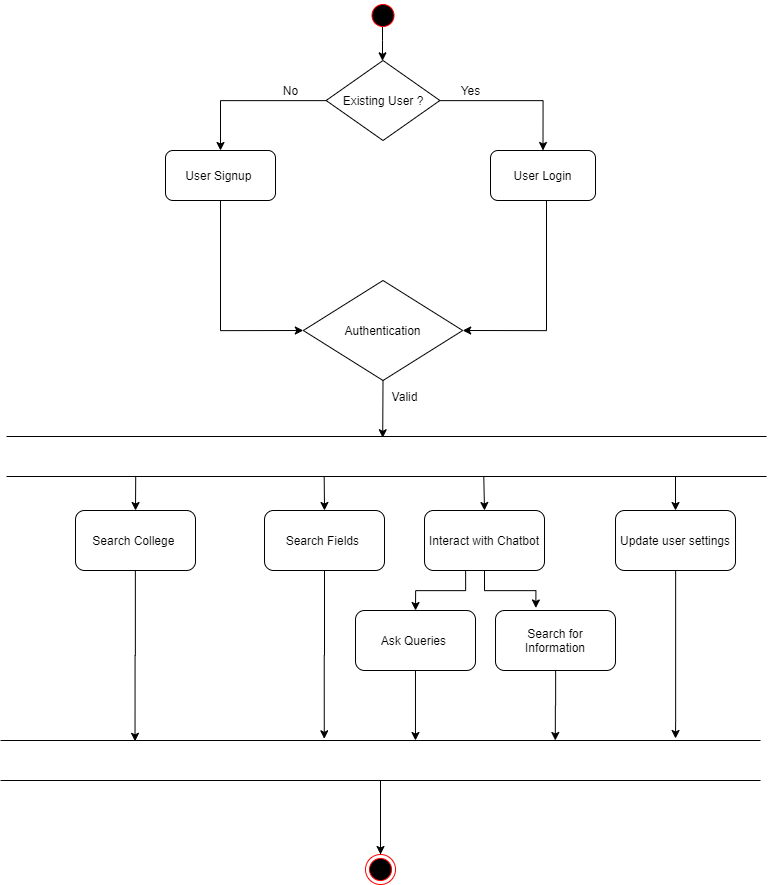
BrijeshJagad/Final-Project keeps this draw.io diagram as Material/activity_diagram-Page-2.png. Above is the earlier version. Source tidied: cells renumbered, new cells last; positions are measured from the earlier drawing's top-left corner, leaving out a move shared by most shapes.
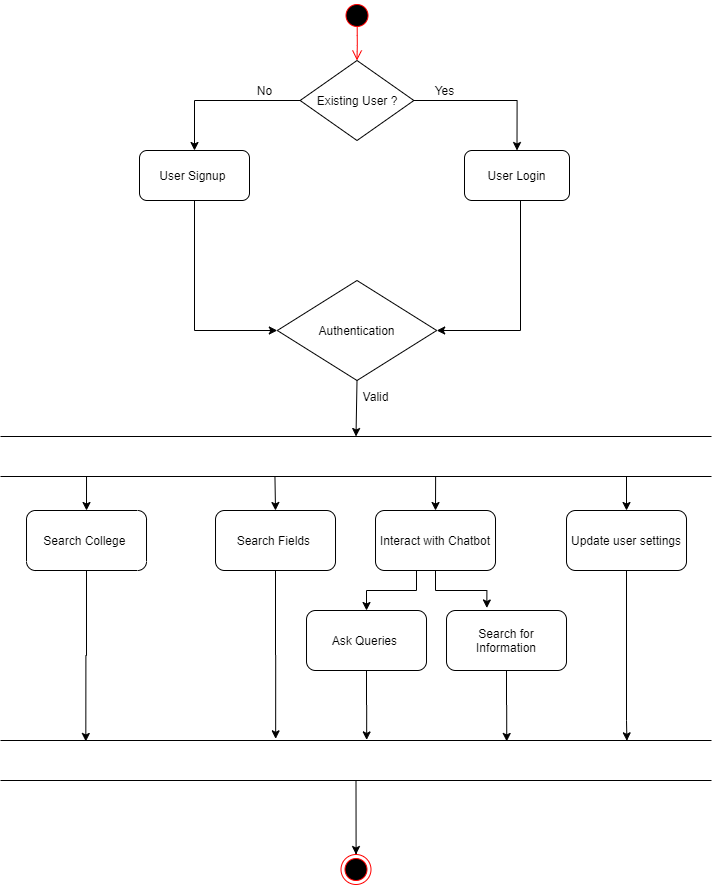
Above is the later version.

Change to the diagram source:
```diff
@@ -5,23 +5,23 @@
     <mxCell id="2" style="edgeStyle=orthogonalEdgeStyle;rounded=0;jettySize=auto;html=1;entryX=0;entryY=0.5;entryDx=0;entryDy=0;exitX=0.5;exitY=1;exitDx=0;exitDy=0;" parent="1" edge="1" source="18" target="3">
       <mxGeometry relative="1" as="geometry">
         <Array as="points">
-          <mxPoint x="220" y="330" />
+          <mxPoint x="243" y="330" />
         </Array>
       </mxGeometry>
     </mxCell>
     <mxCell id="3" value="Authentication" style="rhombus;whiteSpace=wrap;html=1;" parent="1" vertex="1">
-      <mxGeometry x="302.8" y="280" width="159.4" height="100" as="geometry" />
+      <mxGeometry x="325.8" y="280" width="159.4" height="100" as="geometry" />
     </mxCell>
-    <mxCell id="4" style="endArrow=classic;html=1;exitX=0.5;exitY=1;exitDx=0;exitDy=0;entryX=0.495;entryY=0.032;entryDx=0;entryDy=0;entryPerimeter=0;" parent="1" edge="1" source="3" target="14">
+    <mxCell id="4" style="endArrow=classic;html=1;exitX=0.5;exitY=1;exitDx=0;exitDy=0;entryX=0.5;entryY=0;entryDx=0;entryDy=0;" parent="1" edge="1" source="3" target="14">
       <mxGeometry relative="1" as="geometry" />
     </mxCell>
-    <mxCell id="5" style="edgeStyle=orthogonalEdgeStyle;rounded=0;jettySize=auto;html=1;entryX=0.177;entryY=0.021;entryDx=0;entryDy=0;entryPerimeter=0;" parent="1" edge="1" source="6" target="31">
+    <mxCell id="5" style="edgeStyle=orthogonalEdgeStyle;rounded=0;jettySize=auto;html=1;entryX=0.12;entryY=0.024;entryDx=0;entryDy=0;entryPerimeter=0;" parent="1" edge="1" source="6" target="31">
       <mxGeometry relative="1" as="geometry" />
     </mxCell>
     <mxCell id="6" value="Search College&amp;nbsp;" style="rounded=1;whiteSpace=wrap;html=1;" parent="1" vertex="1">
       <mxGeometry x="75" y="510" width="120" height="60" as="geometry" />
     </mxCell>
-    <mxCell id="7" style="edgeStyle=orthogonalEdgeStyle;rounded=0;jettySize=auto;html=1;entryX=0.426;entryY=-0.042;entryDx=0;entryDy=0;entryPerimeter=0;" parent="1" edge="1" source="8" target="31">
+    <mxCell id="7" style="edgeStyle=orthogonalEdgeStyle;rounded=0;jettySize=auto;html=1;entryX=0.387;entryY=-0.042;entryDx=0;entryDy=0;entryPerimeter=0;" parent="1" edge="1" source="8" target="31">
       <mxGeometry relative="1" as="geometry" />
     </mxCell>
     <mxCell id="8" value="Search Fields&amp;nbsp;" style="rounded=1;whiteSpace=wrap;html=1;" parent="1" vertex="1">
@@ -41,9 +41,8 @@
     <mxCell id="11" value="Interact with Chatbot" style="rounded=1;whiteSpace=wrap;html=1;" parent="1" vertex="1">
       <mxGeometry x="424" y="510" width="120" height="60" as="geometry" />
     </mxCell>
-    <mxCell id="12" style="edgeStyle=orthogonalEdgeStyle;rounded=0;jettySize=auto;html=1;" parent="1" edge="1" source="13">
+    <mxCell id="12" style="edgeStyle=orthogonalEdgeStyle;rounded=0;jettySize=auto;html=1;entryX=0.881;entryY=0.008;entryDx=0;entryDy=0;entryPerimeter=0;" parent="1" edge="1" source="13" target="31">
       <mxGeometry relative="1" as="geometry">
-        <mxPoint x="675" y="738" as="targetPoint" />
         <Array as="points">
           <mxPoint x="675" y="720" />
           <mxPoint x="675" y="720" />
@@ -54,25 +53,16 @@
       <mxGeometry x="615" y="510" width="120" height="60" as="geometry" />
     </mxCell>
     <mxCell id="14" style="shape=partialRectangle;whiteSpace=wrap;html=1;left=0;right=0;fillColor=none;" parent="1" vertex="1">
-      <mxGeometry x="6" y="436" width="760" height="40" as="geometry" />
+      <mxGeometry x="49" y="436" width="711" height="40" as="geometry" />
     </mxCell>
     <mxCell id="15" value="Valid" style="text;html=1;align=center;verticalAlign=middle;" parent="1" vertex="1">
-      <mxGeometry x="384" y="386" width="40" height="20" as="geometry" />
+      <mxGeometry x="404" y="386" width="40" height="20" as="geometry" />
     </mxCell>
-    <mxCell id="16" style="edgeStyle=orthogonalEdgeStyle;rounded=0;jettySize=auto;html=1;exitX=0.483;exitY=0.837;exitDx=0;exitDy=0;exitPerimeter=0;" parent="1" edge="1" target="21">
-      <mxGeometry relative="1" as="geometry">
-        <mxPoint x="382" y="25.1" as="sourcePoint" />
-        <Array as="points">
-          <mxPoint x="382" y="40" />
-          <mxPoint x="382" y="40" />
-        </Array>
-      </mxGeometry>
-    </mxCell>
     <mxCell id="17" style="ellipse;html=1;shape=startState;fillColor=#000000;strokeColor=#ff0000;" parent="1" vertex="1">
-      <mxGeometry x="367.5" width="30" height="30" as="geometry" />
+      <mxGeometry x="390.5" width="30" height="30" as="geometry" />
     </mxCell>
     <mxCell id="18" value="User Signup&amp;nbsp;" style="rounded=1;whiteSpace=wrap;html=1;" parent="1" vertex="1">
-      <mxGeometry x="165" y="150" width="110" height="50" as="geometry" />
+      <mxGeometry x="188" y="150" width="110" height="50" as="geometry" />
     </mxCell>
     <mxCell id="19" style="edgeStyle=orthogonalEdgeStyle;rounded=0;jettySize=auto;html=1;entryX=0.5;entryY=0;entryDx=0;entryDy=0;" parent="1" edge="1" source="21" target="23">
       <mxGeometry relative="1" as="geometry" />
@@ -81,53 +71,53 @@
       <mxGeometry relative="1" as="geometry" />
     </mxCell>
     <mxCell id="21" value="Existing User ?" style="rhombus;whiteSpace=wrap;html=1;" parent="1" vertex="1">
-      <mxGeometry x="325.6" y="60" width="113.8" height="80" as="geometry" />
+      <mxGeometry x="348.6" y="60" width="113.8" height="80" as="geometry" />
     </mxCell>
     <mxCell id="22" style="edgeStyle=orthogonalEdgeStyle;rounded=0;jettySize=auto;html=1;entryX=1;entryY=0.5;entryDx=0;entryDy=0;" parent="1" edge="1" source="23" target="3">
       <mxGeometry relative="1" as="geometry">
         <Array as="points">
-          <mxPoint x="546" y="330" />
+          <mxPoint x="569" y="330" />
         </Array>
       </mxGeometry>
     </mxCell>
     <mxCell id="23" value="User Login" style="rounded=1;whiteSpace=wrap;html=1;" parent="1" vertex="1">
-      <mxGeometry x="490" y="150" width="105" height="50" as="geometry" />
+      <mxGeometry x="513" y="150" width="105" height="50" as="geometry" />
     </mxCell>
     <mxCell id="24" value="Yes" style="text;html=1;align=center;verticalAlign=middle;" parent="1" vertex="1">
-      <mxGeometry x="450" y="80" width="40" height="20" as="geometry" />
+      <mxGeometry x="473" y="80" width="40" height="20" as="geometry" />
     </mxCell>
     <mxCell id="25" value="No" style="text;html=1;align=center;verticalAlign=middle;" parent="1" vertex="1">
-      <mxGeometry x="275" y="80" width="30" height="20" as="geometry" />
+      <mxGeometry x="298" y="80" width="30" height="20" as="geometry" />
     </mxCell>
-    <mxCell id="26" style="edgeStyle=orthogonalEdgeStyle;rounded=0;jettySize=auto;html=1;entryX=0.546;entryY=0;entryDx=0;entryDy=0;entryPerimeter=0;" parent="1" edge="1" source="27" target="31">
+    <mxCell id="26" style="edgeStyle=orthogonalEdgeStyle;rounded=0;jettySize=auto;html=1;entryX=0.515;entryY=-0.015;entryDx=0;entryDy=0;entryPerimeter=0;" parent="1" edge="1" source="27" target="31">
       <mxGeometry relative="1" as="geometry" />
     </mxCell>
     <mxCell id="27" value="Ask Queries&amp;nbsp;" style="rounded=1;whiteSpace=wrap;html=1;" parent="1" vertex="1">
       <mxGeometry x="355" y="610" width="120" height="60" as="geometry" />
     </mxCell>
-    <mxCell id="28" style="edgeStyle=orthogonalEdgeStyle;rounded=0;jettySize=auto;html=1;entryX=0.73;entryY=0;entryDx=0;entryDy=0;entryPerimeter=0;" parent="1" edge="1" source="29" target="31">
+    <mxCell id="28" style="edgeStyle=orthogonalEdgeStyle;rounded=0;jettySize=auto;html=1;entryX=0.712;entryY=0.024;entryDx=0;entryDy=0;entryPerimeter=0;" parent="1" edge="1" source="29" target="31">
       <mxGeometry relative="1" as="geometry" />
     </mxCell>
     <mxCell id="29" value="Search for Information" style="rounded=1;whiteSpace=wrap;html=1;" parent="1" vertex="1">
       <mxGeometry x="495" y="610" width="120" height="60" as="geometry" />
     </mxCell>
-    <mxCell id="30" style="edgeStyle=orthogonalEdgeStyle;rounded=0;jettySize=auto;html=1;entryX=0.5;entryY=0;entryDx=0;entryDy=0;" parent="1" edge="1" source="31" target="36">
+    <mxCell id="30" style="edgeStyle=orthogonalEdgeStyle;rounded=0;jettySize=auto;html=1;entryX=0.5;entryY=0;entryDx=0;entryDy=0;exitX=0.5;exitY=1;exitDx=0;exitDy=0;" parent="1" edge="1" source="31" target="36">
       <mxGeometry relative="1" as="geometry">
         <Array as="points">
-          <mxPoint x="380" y="854" />
+          <mxPoint x="405" y="854" />
         </Array>
       </mxGeometry>
     </mxCell>
     <mxCell id="31" style="shape=partialRectangle;whiteSpace=wrap;html=1;left=0;right=0;fillColor=none;" parent="1" vertex="1">
-      <mxGeometry y="740" width="760" height="40" as="geometry" />
+      <mxGeometry x="49" y="740" width="711" height="40" as="geometry" />
     </mxCell>
-    <mxCell id="32" style="endArrow=classic;html=1;exitX=0.17;exitY=1.007;exitDx=0;exitDy=0;exitPerimeter=0;entryX=0.5;entryY=0;entryDx=0;entryDy=0;" parent="1" edge="1" source="14" target="6">
+    <mxCell id="32" style="endArrow=classic;html=1;entryX=0.5;entryY=0;entryDx=0;entryDy=0;exitX=0.121;exitY=1.01;exitDx=0;exitDy=0;exitPerimeter=0;" parent="1" edge="1" source="14" target="6">
       <mxGeometry relative="1" as="geometry" />
     </mxCell>
-    <mxCell id="33" style="endArrow=classic;html=1;entryX=0.5;entryY=0;entryDx=0;entryDy=0;exitX=0.418;exitY=1.007;exitDx=0;exitDy=0;exitPerimeter=0;" parent="1" edge="1" source="14" target="8">
+    <mxCell id="33" style="endArrow=classic;html=1;entryX=0.5;entryY=0;entryDx=0;entryDy=0;exitX=0.386;exitY=1.004;exitDx=0;exitDy=0;exitPerimeter=0;" parent="1" edge="1" source="14" target="8">
       <mxGeometry relative="1" as="geometry" />
     </mxCell>
-    <mxCell id="34" style="endArrow=classic;html=1;exitX=0.628;exitY=1.01;exitDx=0;exitDy=0;exitPerimeter=0;entryX=0.5;entryY=0;entryDx=0;entryDy=0;" parent="1" edge="1" source="14" target="11">
+    <mxCell id="34" style="endArrow=classic;html=1;exitX=0.612;exitY=0.993;exitDx=0;exitDy=0;exitPerimeter=0;entryX=0.5;entryY=0;entryDx=0;entryDy=0;" parent="1" edge="1" source="14" target="11">
       <mxGeometry relative="1" as="geometry" />
     </mxCell>
     <mxCell id="35" style="endArrow=classic;html=1;entryX=0.5;entryY=0;entryDx=0;entryDy=0;" parent="1" edge="1" target="13">
@@ -136,7 +126,10 @@
       </mxGeometry>
     </mxCell>
     <mxCell id="36" style="ellipse;html=1;shape=endState;fillColor=#000000;strokeColor=#ff0000;" parent="1" vertex="1">
-      <mxGeometry x="365" y="854" width="30" height="30" as="geometry" />
+      <mxGeometry x="389.5" y="854" width="30" height="30" as="geometry" />
     </mxCell>
+    <mxCell id="37" style="edgeStyle=orthogonalEdgeStyle;html=1;verticalAlign=bottom;endArrow=open;endSize=8;strokeColor=#ff0000;exitX=0.506;exitY=0.849;exitDx=0;exitDy=0;exitPerimeter=0;entryX=0.5;entryY=0;entryDx=0;entryDy=0;" parent="1" edge="1" source="17" target="21">
+      <mxGeometry relative="1" as="geometry" />
+    </mxCell>
   </root>
 </mxGraphModel>
```
